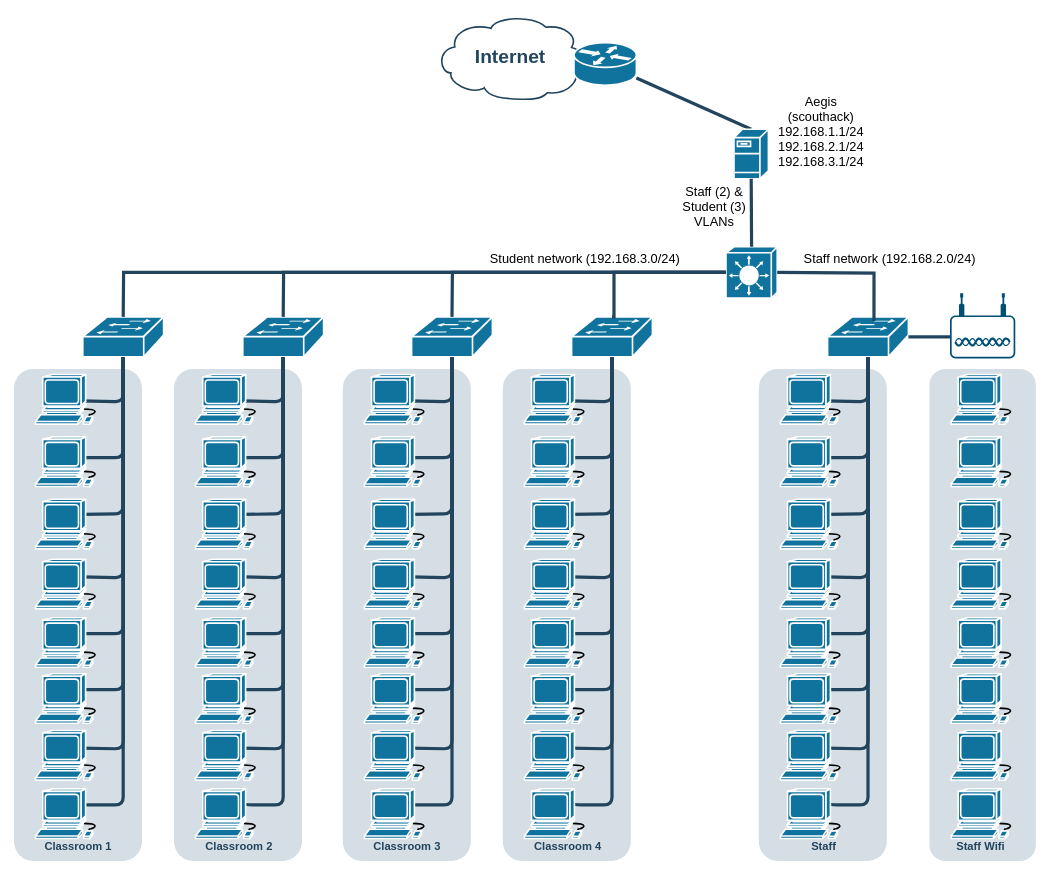
Above: network-diagram.drawio in Scouts-Victoria-Program/scouthack (draw.io), before the change. Source tidied: cells renumbered, new cells numbered last; positions are measured from the earlier drawing's top-left corner, leaving out a move shared by most shapes. Both pictures are drawn from the tidied source at 80%, with x=0, y=0 at pixel (14, 14).
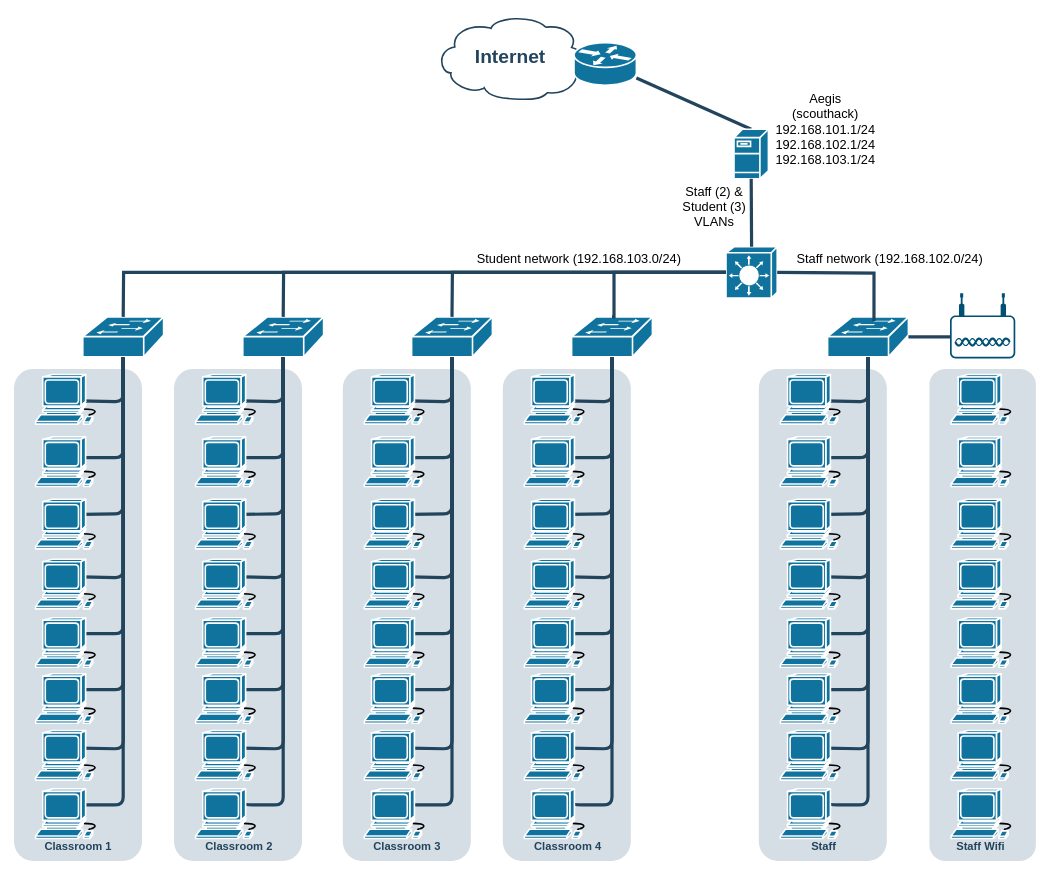
The same page after the edit.

Diff of the diagram source:
```diff
@@
-    <mxCell id="113" value="&lt;font style=&quot;font-size: 16px;&quot;&gt;Student network (192.168.3.0/24)&lt;/font&gt;" style="text;strokeColor=none;align=center;fillColor=none;html=1;verticalAlign=middle;whiteSpace=wrap;rounded=0;" parent="1" vertex="1">
-      <mxGeometry x="590" y="290" width="248" height="30" as="geometry" />
+    <mxCell id="113" value="&lt;font style=&quot;font-size: 16px;&quot;&gt;Student network (192.168.103.0/24)&lt;/font&gt;" style="text;strokeColor=none;align=center;fillColor=none;html=1;verticalAlign=middle;whiteSpace=wrap;rounded=0;" parent="1" vertex="1">
+      <mxGeometry x="575" y="290" width="263" height="30" as="geometry" />
     </mxCell>
-    <mxCell id="114" value="&lt;font style=&quot;font-size: 16px;&quot;&gt;Staff network (192.168.2.0/24)&lt;/font&gt;" style="text;strokeColor=none;align=center;fillColor=none;html=1;verticalAlign=middle;whiteSpace=wrap;rounded=0;" parent="1" vertex="1">
+    <mxCell id="114" value="&lt;font style=&quot;font-size: 16px;&quot;&gt;Staff network (192.168.102.0/24)&lt;/font&gt;" style="text;strokeColor=none;align=center;fillColor=none;html=1;verticalAlign=middle;whiteSpace=wrap;rounded=0;" parent="1" vertex="1">
       <mxGeometry x="970.5" y="290" width="248" height="30" as="geometry" />
     </mxCell>
-    <mxCell id="115" value="Aegis (scouthack)&lt;br style=&quot;font-size: 16px;&quot;&gt;192.168.1.1/24&lt;br style=&quot;font-size: 16px;&quot;&gt;192.168.2.1/24&lt;br style=&quot;border-color: var(--border-color); font-size: 16px;&quot;&gt;192.168.3.1/24" style="text;strokeColor=none;align=center;fillColor=none;html=1;verticalAlign=middle;whiteSpace=wrap;rounded=0;fontSize=16;" parent="1" vertex="1">
-      <mxGeometry x="954" y="96" width="110" height="100" as="geometry" />
+    <mxCell id="115" value="Aegis (scouthack)&lt;br style=&quot;font-size: 16px;&quot;&gt;192.168.101.1/24&lt;br style=&quot;font-size: 16px;&quot;&gt;192.168.102.1/24&lt;br style=&quot;border-color: var(--border-color); font-size: 16px;&quot;&gt;192.168.103.1/24" style="text;strokeColor=none;align=center;fillColor=none;html=1;verticalAlign=middle;whiteSpace=wrap;rounded=0;fontSize=16;" parent="1" vertex="1">
+      <mxGeometry x="954" y="96" width="121" height="94" as="geometry" />
     </mxCell>
```
